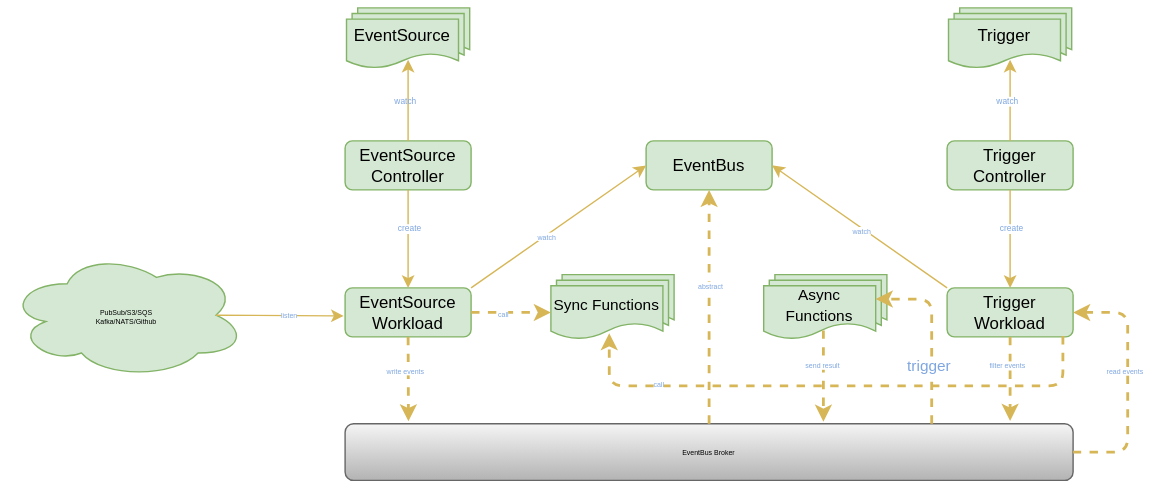
Before: docs/images/OpenFunction-events-architecture.svg, a diagram exported from draw.io (OpenFunction/OpenFunction). Source tidied: cells renumbered, new cells last; positions are measured from the earlier drawing's top-left corner, leaving out a move shared by most shapes.
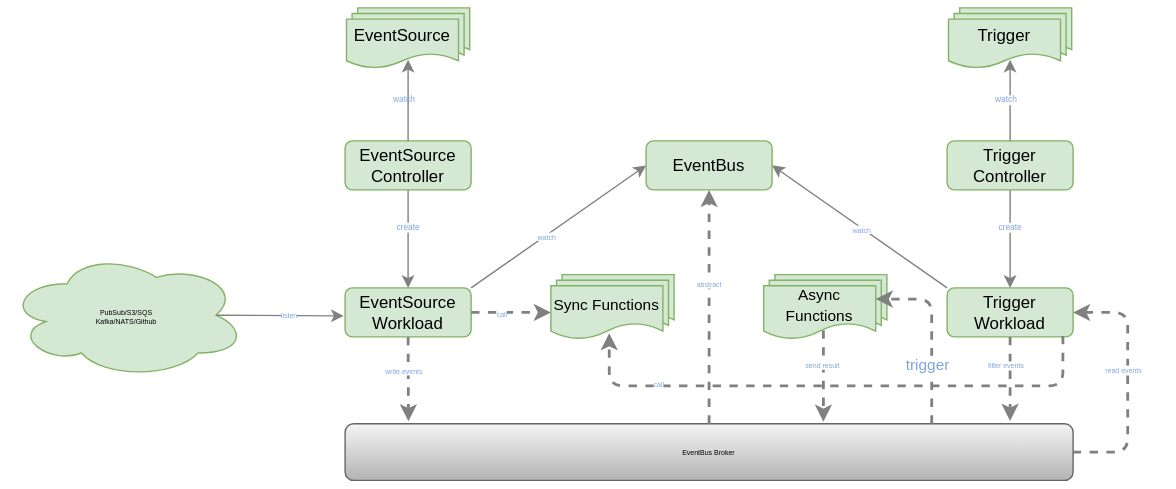
After the commit.

Commit message:
Move compatibility matrix to openfunction.dev (#319)

Diff of the diagram source:
```diff
@@ -20,19 +20,19 @@
     <mxCell id="7" value="&lt;font style=&quot;font-size: 5px;&quot;&gt;PubSub/S3/SQS&lt;br style=&quot;font-size: 5px;&quot;&gt;Kafka/NATS/Github&lt;/font&gt;" style="ellipse;shape=cloud;whiteSpace=wrap;html=1;fontSize=5;fillColor=#d5e8d4;strokeColor=#82b366;" parent="1" vertex="1">
       <mxGeometry y="174.5" width="170" height="90" as="geometry" />
     </mxCell>
-    <mxCell id="8" style="endArrow=classic;html=1;fontSize=6;entryX=0.55;entryY=0.829;entryDx=0;entryDy=0;entryPerimeter=0;exitX=0.5;exitY=0;exitDx=0;exitDy=0;labelBorderColor=none;strokeColor=#d6b656;fillColor=#fff2cc;" parent="1" edge="1" source="5" target="4">
+    <mxCell id="8" style="endArrow=classic;html=1;fontSize=6;entryX=0.55;entryY=0.829;entryDx=0;entryDy=0;entryPerimeter=0;exitX=0.5;exitY=0;exitDx=0;exitDy=0;labelBorderColor=none;strokeColor=#808080;fillColor=#fff2cc;" parent="1" edge="1" source="5" target="4">
       <mxGeometry relative="1" as="geometry" />
     </mxCell>
     <mxCell id="9" value="&lt;font color=&quot;#7ea6e0&quot;&gt;watch&lt;/font&gt;" style="edgeLabel;html=1;align=center;verticalAlign=middle;fontSize=6;labelBackgroundColor=none;fontColor=#A9C4EB;" parent="8" vertex="1">
       <mxGeometry x="0.01" y="3" relative="1" as="geometry" />
     </mxCell>
-    <mxCell id="10" style="endArrow=classic;html=1;fontSize=6;exitX=0.5;exitY=1;exitDx=0;exitDy=0;strokeColor=#d6b656;fillColor=#fff2cc;" parent="1" edge="1" source="5" target="6">
+    <mxCell id="10" style="endArrow=classic;html=1;fontSize=6;exitX=0.5;exitY=1;exitDx=0;exitDy=0;strokeColor=#808080;fillColor=#fff2cc;" parent="1" edge="1" source="5" target="6">
       <mxGeometry relative="1" as="geometry" />
     </mxCell>
     <mxCell id="11" value="&lt;font&gt;create&lt;/font&gt;" style="edgeLabel;html=1;align=center;verticalAlign=middle;fontSize=6;fontColor=#7EA6E0;" parent="10" vertex="1">
       <mxGeometry x="-0.23" relative="1" as="geometry" />
     </mxCell>
-    <mxCell id="12" style="endArrow=classic;html=1;fontSize=5;strokeColor=#d6b656;exitX=0.875;exitY=0.5;exitDx=0;exitDy=0;exitPerimeter=0;fontColor=#7EA6E0;fillColor=#fff2cc;" parent="1" edge="1" source="7">
+    <mxCell id="12" style="endArrow=classic;html=1;fontSize=5;strokeColor=#808080;exitX=0.875;exitY=0.5;exitDx=0;exitDy=0;exitPerimeter=0;fontColor=#7EA6E0;fillColor=#fff2cc;" parent="1" edge="1" source="7">
       <mxGeometry relative="1" as="geometry">
         <mxPoint x="240" y="220" as="targetPoint" />
       </mxGeometry>
@@ -49,7 +49,7 @@
     <mxCell id="16" value="&lt;font style=&quot;font-size: 11px&quot;&gt;Sync Functions&lt;/font&gt;" style="shape=document;whiteSpace=wrap;html=1;boundedLbl=1;fontSize=12;fillColor=#d5e8d4;strokeColor=#82b366;" parent="1" vertex="1">
       <mxGeometry x="388" y="198.5" width="80" height="38" as="geometry" />
     </mxCell>
-    <mxCell id="17" style="endArrow=classic;html=1;fontSize=5;fontColor=#7EA6E0;strokeColor=#d6b656;exitX=1;exitY=0.5;exitDx=0;exitDy=0;entryX=0;entryY=0.5;entryDx=0;entryDy=0;fillColor=#fff2cc;dashed=1;strokeWidth=2;" parent="1" edge="1" source="6" target="16">
+    <mxCell id="17" style="endArrow=classic;html=1;fontSize=5;fontColor=#7EA6E0;strokeColor=#808080;exitX=1;exitY=0.5;exitDx=0;exitDy=0;entryX=0;entryY=0.5;entryDx=0;entryDy=0;fillColor=#fff2cc;dashed=1;strokeWidth=2;" parent="1" edge="1" source="6" target="16">
       <mxGeometry relative="1" as="geometry" />
     </mxCell>
     <mxCell id="18" value="call" style="edgeLabel;html=1;align=center;verticalAlign=middle;fontSize=5;fontColor=#7EA6E0;" parent="17" vertex="1">
@@ -60,7 +60,7 @@
     <mxCell id="19" value="&lt;font color=&quot;#000000&quot;&gt;EventBus Broker&lt;/font&gt;" style="rounded=1;whiteSpace=wrap;html=1;fontSize=5;gradientColor=#b3b3b3;fillColor=#f5f5f5;strokeColor=#666666;" parent="1" vertex="1">
       <mxGeometry x="241" y="297" width="520" height="40.5" as="geometry" />
     </mxCell>
-    <mxCell id="20" style="endArrow=classic;html=1;fontSize=5;fontColor=#7EA6E0;strokeColor=#d6b656;exitX=0.5;exitY=1;exitDx=0;exitDy=0;entryX=0.087;entryY=-0.041;entryDx=0;entryDy=0;entryPerimeter=0;dashed=1;strokeWidth=2;fillColor=#fff2cc;" parent="1" edge="1" source="6" target="19">
+    <mxCell id="20" style="endArrow=classic;html=1;fontSize=5;fontColor=#7EA6E0;strokeColor=#808080;exitX=0.5;exitY=1;exitDx=0;exitDy=0;entryX=0.087;entryY=-0.041;entryDx=0;entryDy=0;entryPerimeter=0;dashed=1;strokeWidth=2;fillColor=#fff2cc;" parent="1" edge="1" source="6" target="19">
       <mxGeometry relative="1" as="geometry" />
     </mxCell>
     <mxCell id="21" value="write events" style="edgeLabel;html=1;align=center;verticalAlign=middle;fontSize=5;fontColor=#7EA6E0;" parent="20" vertex="1">
@@ -84,19 +84,19 @@
     <mxCell id="27" value="Trigger Workload" style="rounded=1;whiteSpace=wrap;html=1;fontSize=12;fillColor=#d5e8d4;strokeColor=#82b366;" parent="1" vertex="1">
       <mxGeometry x="671" y="200" width="90" height="35" as="geometry" />
     </mxCell>
-    <mxCell id="28" style="endArrow=classic;html=1;fontSize=6;entryX=0.55;entryY=0.829;entryDx=0;entryDy=0;entryPerimeter=0;exitX=0.5;exitY=0;exitDx=0;exitDy=0;labelBorderColor=none;strokeColor=#d6b656;fillColor=#fff2cc;" parent="1" edge="1" source="26" target="25">
+    <mxCell id="28" style="endArrow=classic;html=1;fontSize=6;entryX=0.55;entryY=0.829;entryDx=0;entryDy=0;entryPerimeter=0;exitX=0.5;exitY=0;exitDx=0;exitDy=0;labelBorderColor=none;strokeColor=#808080;fillColor=#fff2cc;" parent="1" edge="1" source="26" target="25">
       <mxGeometry relative="1" as="geometry" />
     </mxCell>
     <mxCell id="29" value="watch" style="edgeLabel;html=1;align=center;verticalAlign=middle;fontSize=6;fontColor=#7EA6E0;" parent="28" vertex="1">
       <mxGeometry x="0.01" y="3" relative="1" as="geometry" />
     </mxCell>
-    <mxCell id="30" style="endArrow=classic;html=1;fontSize=6;exitX=0.5;exitY=1;exitDx=0;exitDy=0;strokeColor=#d6b656;fillColor=#fff2cc;" parent="1" edge="1" source="26" target="27">
+    <mxCell id="30" style="endArrow=classic;html=1;fontSize=6;exitX=0.5;exitY=1;exitDx=0;exitDy=0;strokeColor=#808080;fillColor=#fff2cc;" parent="1" edge="1" source="26" target="27">
       <mxGeometry relative="1" as="geometry" />
     </mxCell>
     <mxCell id="31" value="&lt;font color=&quot;#7ea6e0&quot;&gt;create&lt;/font&gt;" style="edgeLabel;html=1;align=center;verticalAlign=middle;fontSize=6;fontColor=#A9C4EB;" parent="30" vertex="1">
       <mxGeometry x="-0.23" relative="1" as="geometry" />
     </mxCell>
-    <mxCell id="32" style="endArrow=classic;html=1;fontSize=5;fontColor=#7EA6E0;strokeColor=#d6b656;exitX=0.5;exitY=1;exitDx=0;exitDy=0;dashed=1;startArrow=none;startFill=0;endFill=1;strokeWidth=2;fillColor=#fff2cc;" parent="1" edge="1" source="27">
+    <mxCell id="32" style="endArrow=classic;html=1;fontSize=5;fontColor=#7EA6E0;strokeColor=#808080;exitX=0.5;exitY=1;exitDx=0;exitDy=0;dashed=1;startArrow=none;startFill=0;endFill=1;strokeWidth=2;fillColor=#fff2cc;" parent="1" edge="1" source="27">
       <mxGeometry relative="1" as="geometry">
         <mxPoint x="716" y="295" as="targetPoint" />
       </mxGeometry>
@@ -115,31 +115,31 @@
     <mxCell id="36" value="&lt;font style=&quot;font-size: 11px&quot;&gt;Async Functions&lt;/font&gt;" style="shape=document;whiteSpace=wrap;html=1;boundedLbl=1;fontSize=12;fillColor=#d5e8d4;strokeColor=#82b366;" parent="1" vertex="1">
       <mxGeometry x="540" y="198.5" width="80" height="38" as="geometry" />
     </mxCell>
-    <mxCell id="37" style="endArrow=classic;html=1;fontSize=5;fontColor=#7EA6E0;strokeColor=#d6b656;entryX=0.5;entryY=1;entryDx=0;entryDy=0;exitX=0.5;exitY=0;exitDx=0;exitDy=0;dashed=1;startArrow=none;startFill=0;endFill=1;strokeWidth=2;fillColor=#fff2cc;" parent="1" edge="1" source="19" target="22">
+    <mxCell id="37" style="endArrow=classic;html=1;fontSize=5;fontColor=#7EA6E0;strokeColor=#808080;entryX=0.5;entryY=1;entryDx=0;entryDy=0;exitX=0.5;exitY=0;exitDx=0;exitDy=0;dashed=1;startArrow=none;startFill=0;endFill=1;strokeWidth=2;fillColor=#fff2cc;" parent="1" edge="1" source="19" target="22">
       <mxGeometry relative="1" as="geometry" />
     </mxCell>
     <mxCell id="38" value="abstract" style="edgeLabel;html=1;align=center;verticalAlign=middle;fontSize=5;fontColor=#7EA6E0;" parent="37" vertex="1">
       <mxGeometry x="0.2" relative="1" as="geometry" />
     </mxCell>
-    <mxCell id="39" style="endArrow=none;html=1;fontSize=5;fontColor=#7EA6E0;strokeColor=#d6b656;strokeWidth=1;exitX=0;exitY=0.5;exitDx=0;exitDy=0;entryX=1;entryY=0;entryDx=0;entryDy=0;startArrow=classic;startFill=1;endFill=0;fillColor=#fff2cc;" parent="1" edge="1" source="22" target="6">
+    <mxCell id="39" style="endArrow=none;html=1;fontSize=5;fontColor=#7EA6E0;strokeColor=#808080;strokeWidth=1;exitX=0;exitY=0.5;exitDx=0;exitDy=0;entryX=1;entryY=0;entryDx=0;entryDy=0;startArrow=classic;startFill=1;endFill=0;fillColor=#fff2cc;" parent="1" edge="1" source="22" target="6">
       <mxGeometry relative="1" as="geometry" />
     </mxCell>
     <mxCell id="40" value="watch" style="edgeLabel;html=1;align=center;verticalAlign=middle;fontSize=5;fontColor=#7EA6E0;" parent="39" vertex="1">
       <mxGeometry x="0.14" relative="1" as="geometry" />
     </mxCell>
-    <mxCell id="41" style="endArrow=none;html=1;fontSize=5;fontColor=#7EA6E0;strokeColor=#d6b656;strokeWidth=1;entryX=0;entryY=0;entryDx=0;entryDy=0;exitX=1;exitY=0.5;exitDx=0;exitDy=0;startArrow=classic;startFill=1;endFill=0;fillColor=#fff2cc;" parent="1" edge="1" source="22" target="27">
+    <mxCell id="41" style="endArrow=none;html=1;fontSize=5;fontColor=#7EA6E0;strokeColor=#808080;strokeWidth=1;entryX=0;entryY=0;entryDx=0;entryDy=0;exitX=1;exitY=0.5;exitDx=0;exitDy=0;startArrow=classic;startFill=1;endFill=0;fillColor=#fff2cc;" parent="1" edge="1" source="22" target="27">
       <mxGeometry relative="1" as="geometry" />
     </mxCell>
     <mxCell id="42" value="watch" style="edgeLabel;html=1;align=center;verticalAlign=middle;fontSize=5;fontColor=#7EA6E0;" parent="41" vertex="1">
       <mxGeometry x="0.02" y="-1" relative="1" as="geometry" />
     </mxCell>
-    <mxCell id="43" style="endArrow=classic;html=1;dashed=1;fontSize=5;fontColor=#7EA6E0;strokeColor=#d6b656;strokeWidth=2;exitX=0.533;exitY=0.838;exitDx=0;exitDy=0;exitPerimeter=0;fillColor=#fff2cc;entryX=0.657;entryY=-0.033;entryDx=0;entryDy=0;entryPerimeter=0;" parent="1" edge="1" source="36" target="19">
+    <mxCell id="43" style="endArrow=classic;html=1;dashed=1;fontSize=5;fontColor=#7EA6E0;strokeColor=#808080;strokeWidth=2;exitX=0.533;exitY=0.838;exitDx=0;exitDy=0;exitPerimeter=0;fillColor=#fff2cc;entryX=0.657;entryY=-0.033;entryDx=0;entryDy=0;entryPerimeter=0;" parent="1" edge="1" source="36" target="19">
       <mxGeometry relative="1" as="geometry" />
     </mxCell>
     <mxCell id="44" value="send result" style="edgeLabel;html=1;align=center;verticalAlign=middle;fontSize=5;fontColor=#7EA6E0;" parent="43" vertex="1">
       <mxGeometry x="-0.27" y="-1" relative="1" as="geometry" />
     </mxCell>
-    <mxCell id="45" style="edgeStyle=elbowEdgeStyle;elbow=vertical;endArrow=none;html=1;exitX=1;exitY=0.5;exitDx=0;exitDy=0;entryX=1;entryY=0.5;entryDx=0;entryDy=0;fillColor=#fff2cc;strokeColor=#d6b656;dashed=1;startArrow=classic;startFill=1;endFill=0;strokeWidth=2;" parent="1" edge="1" source="27" target="19">
+    <mxCell id="45" style="edgeStyle=elbowEdgeStyle;elbow=vertical;endArrow=none;html=1;exitX=1;exitY=0.5;exitDx=0;exitDy=0;entryX=1;entryY=0.5;entryDx=0;entryDy=0;fillColor=#fff2cc;strokeColor=#808080;dashed=1;startArrow=classic;startFill=1;endFill=0;strokeWidth=2;" parent="1" edge="1" source="27" target="19">
       <mxGeometry relative="1" as="geometry">
         <Array as="points">
           <mxPoint x="800" y="290" />
@@ -151,7 +151,7 @@
         <mxPoint x="77" y="-16" as="offset" />
       </mxGeometry>
     </mxCell>
-    <mxCell id="47" style="edgeStyle=elbowEdgeStyle;elbow=horizontal;endArrow=classic;html=1;dashed=1;strokeWidth=2;entryX=1;entryY=0.25;entryDx=0;entryDy=0;fillColor=#fff2cc;strokeColor=#d6b656;" parent="1" edge="1" source="19" target="36">
+    <mxCell id="47" style="edgeStyle=elbowEdgeStyle;elbow=horizontal;endArrow=classic;html=1;dashed=1;strokeWidth=2;entryX=1;entryY=0.25;entryDx=0;entryDy=0;fillColor=#fff2cc;strokeColor=#808080;" parent="1" edge="1" source="19" target="36">
       <mxGeometry relative="1" as="geometry">
         <Array as="points">
           <mxPoint x="660" y="210" />
@@ -163,7 +163,7 @@
         <mxPoint y="8" as="offset" />
       </mxGeometry>
     </mxCell>
-    <mxCell id="49" style="edgeStyle=elbowEdgeStyle;elbow=vertical;endArrow=classic;html=1;dashed=1;strokeWidth=2;entryX=0.521;entryY=0.89;entryDx=0;entryDy=0;entryPerimeter=0;fillColor=#fff2cc;strokeColor=#d6b656;exitX=0.919;exitY=0.981;exitDx=0;exitDy=0;exitPerimeter=0;" parent="1" edge="1" source="27" target="16">
+    <mxCell id="49" style="edgeStyle=elbowEdgeStyle;elbow=vertical;endArrow=classic;html=1;dashed=1;strokeWidth=2;entryX=0.521;entryY=0.89;entryDx=0;entryDy=0;entryPerimeter=0;fillColor=#fff2cc;strokeColor=#808080;exitX=0.919;exitY=0.981;exitDx=0;exitDy=0;exitPerimeter=0;" parent="1" edge="1" source="27" target="16">
       <mxGeometry relative="1" as="geometry">
         <Array as="points">
           <mxPoint x="590" y="270" />
```
